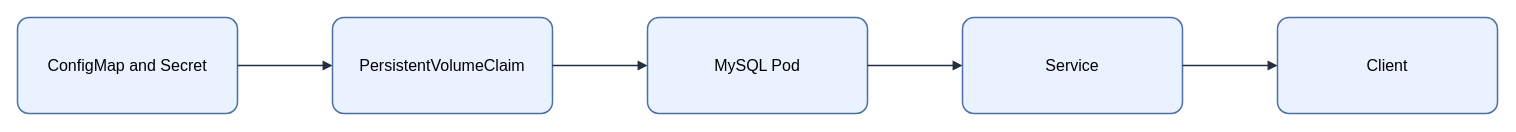
This is assets/img/kubernetes/mysql-kubernetes-deployment.drawio from KKamJi98/kkamji98.github.io, a draw.io file, before an edit. Source tidied: cells renumbered, new cells numbered last; positions are measured from the earlier drawing's top-left corner, leaving out a move shared by most shapes. Both pictures are drawn from the tidied source at 100%, with x=0, y=0 at pixel (17, 17).
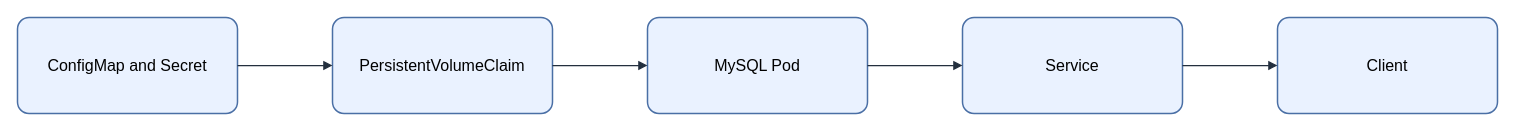
The same page after the edit.

What changed in the source:
```diff
@@
 <mxGraphModel background="#FFFFFF">
   <root>
     <mxCell id="0" />
     <mxCell id="1" parent="0" />
-    <mxCell id="2" value="&lt;font style=&quot;color: rgb(0, 0, 0);&quot;&gt;ConfigMap and Secret&lt;/font&gt;" style="rounded=1;arcSize=12;whiteSpace=wrap;html=1;fillColor=#EAF2FF;strokeColor=#4A6FA5;strokeWidth=1.5;fontColor=#000000;fontSize=16;align=center;verticalAlign=middle;spacing=8;shadow=0;" parent="1" vertex="1">
+    <mxCell id="2" value="ConfigMap and Secret" style="rounded=1;arcSize=12;whiteSpace=wrap;html=0;fillColor=#EAF2FF;strokeColor=#4A6FA5;strokeWidth=1.5;fontColor=#000000;fontSize=16;align=center;verticalAlign=middle;spacing=8;shadow=0;" parent="1" vertex="1">
       <mxGeometry width="220" height="96" as="geometry" />
     </mxCell>
-    <mxCell id="3" value="&lt;font style=&quot;color: rgb(0, 0, 0);&quot;&gt;PersistentVolumeClaim&lt;/font&gt;" style="rounded=1;arcSize=12;whiteSpace=wrap;html=1;fillColor=#EAF2FF;strokeColor=#4A6FA5;strokeWidth=1.5;fontColor=#000000;fontSize=16;align=center;verticalAlign=middle;spacing=8;shadow=0;" parent="1" vertex="1">
+    <mxCell id="3" value="PersistentVolumeClaim" style="rounded=1;arcSize=12;whiteSpace=wrap;html=0;fillColor=#EAF2FF;strokeColor=#4A6FA5;strokeWidth=1.5;fontColor=#000000;fontSize=16;align=center;verticalAlign=middle;spacing=8;shadow=0;" parent="1" vertex="1">
       <mxGeometry x="315" width="220" height="96" as="geometry" />
     </mxCell>
-    <mxCell id="4" value="&lt;font style=&quot;color: rgb(0, 0, 0);&quot;&gt;MySQL Pod&lt;/font&gt;" style="rounded=1;arcSize=12;whiteSpace=wrap;html=1;fillColor=#EAF2FF;strokeColor=#4A6FA5;strokeWidth=1.5;fontColor=#000000;fontSize=16;align=center;verticalAlign=middle;spacing=8;shadow=0;" parent="1" vertex="1">
+    <mxCell id="4" value="MySQL Pod" style="rounded=1;arcSize=12;whiteSpace=wrap;html=0;fillColor=#EAF2FF;strokeColor=#4A6FA5;strokeWidth=1.5;fontColor=#000000;fontSize=16;align=center;verticalAlign=middle;spacing=8;shadow=0;" parent="1" vertex="1">
       <mxGeometry x="630" width="220" height="96" as="geometry" />
     </mxCell>
-    <mxCell id="5" value="&lt;font style=&quot;color: rgb(0, 0, 0);&quot;&gt;Service&lt;/font&gt;" style="rounded=1;arcSize=12;whiteSpace=wrap;html=1;fillColor=#EAF2FF;strokeColor=#4A6FA5;strokeWidth=1.5;fontColor=#000000;fontSize=16;align=center;verticalAlign=middle;spacing=8;shadow=0;" parent="1" vertex="1">
+    <mxCell id="5" value="Service" style="rounded=1;arcSize=12;whiteSpace=wrap;html=0;fillColor=#EAF2FF;strokeColor=#4A6FA5;strokeWidth=1.5;fontColor=#000000;fontSize=16;align=center;verticalAlign=middle;spacing=8;shadow=0;" parent="1" vertex="1">
       <mxGeometry x="945" width="220" height="96" as="geometry" />
     </mxCell>
-    <mxCell id="6" value="&lt;font style=&quot;color: rgb(0, 0, 0);&quot;&gt;Client&lt;/font&gt;" style="rounded=1;arcSize=12;whiteSpace=wrap;html=1;fillColor=#EAF2FF;strokeColor=#4A6FA5;strokeWidth=1.5;fontColor=#000000;fontSize=16;align=center;verticalAlign=middle;spacing=8;shadow=0;" parent="1" vertex="1">
+    <mxCell id="6" value="Client" style="rounded=1;arcSize=12;whiteSpace=wrap;html=0;fillColor=#EAF2FF;strokeColor=#4A6FA5;strokeWidth=1.5;fontColor=#000000;fontSize=16;align=center;verticalAlign=middle;spacing=8;shadow=0;" parent="1" vertex="1">
       <mxGeometry x="1260" width="220" height="96" as="geometry" />
     </mxCell>
-    <mxCell id="7" style="edgeStyle=orthogonalEdgeStyle;rounded=0;jettySize=auto;html=1;endArrow=block;endFill=1;strokeColor=#232F3E;strokeWidth=1.5;fontColor=#000000;labelBackgroundColor=none;exitX=1;exitY=0.5;exitDx=0;exitDy=0;entryX=0;entryY=0.5;entryDx=0;entryDy=0;" parent="1" edge="1" source="2" target="3">
+    <mxCell id="7" style="edgeStyle=orthogonalEdgeStyle;rounded=0;jettySize=auto;html=0;endArrow=block;endFill=1;strokeColor=#232F3E;strokeWidth=1.25;fontColor=#000000;labelBackgroundColor=none;exitX=1;exitY=0.5;exitDx=0;exitDy=0;entryX=0;entryY=0.5;entryDx=0;entryDy=0;" parent="1" edge="1" source="2" target="3">
       <mxGeometry relative="1" as="geometry" />
     </mxCell>
-    <mxCell id="8" style="edgeStyle=orthogonalEdgeStyle;rounded=0;jettySize=auto;html=1;endArrow=block;endFill=1;strokeColor=#232F3E;strokeWidth=1.5;fontColor=#000000;labelBackgroundColor=none;exitX=1;exitY=0.5;exitDx=0;exitDy=0;entryX=0;entryY=0.5;entryDx=0;entryDy=0;" parent="1" edge="1" source="3" target="4">
+    <mxCell id="8" style="edgeStyle=orthogonalEdgeStyle;rounded=0;jettySize=auto;html=0;endArrow=block;endFill=1;strokeColor=#232F3E;strokeWidth=1.25;fontColor=#000000;labelBackgroundColor=none;exitX=1;exitY=0.5;exitDx=0;exitDy=0;entryX=0;entryY=0.5;entryDx=0;entryDy=0;" parent="1" edge="1" source="3" target="4">
       <mxGeometry relative="1" as="geometry" />
     </mxCell>
-    <mxCell id="9" style="edgeStyle=orthogonalEdgeStyle;rounded=0;jettySize=auto;html=1;endArrow=block;endFill=1;strokeColor=#232F3E;strokeWidth=1.5;fontColor=#000000;labelBackgroundColor=none;exitX=1;exitY=0.5;exitDx=0;exitDy=0;entryX=0;entryY=0.5;entryDx=0;entryDy=0;" parent="1" edge="1" source="4" target="5">
+    <mxCell id="9" style="edgeStyle=orthogonalEdgeStyle;rounded=0;jettySize=auto;html=0;endArrow=block;endFill=1;strokeColor=#232F3E;strokeWidth=1.25;fontColor=#000000;labelBackgroundColor=none;exitX=1;exitY=0.5;exitDx=0;exitDy=0;entryX=0;entryY=0.5;entryDx=0;entryDy=0;" parent="1" edge="1" source="4" target="5">
       <mxGeometry relative="1" as="geometry" />
     </mxCell>
-    <mxCell id="10" style="edgeStyle=orthogonalEdgeStyle;rounded=0;jettySize=auto;html=1;endArrow=block;endFill=1;strokeColor=#232F3E;strokeWidth=1.5;fontColor=#000000;labelBackgroundColor=none;exitX=1;exitY=0.5;exitDx=0;exitDy=0;entryX=0;entryY=0.5;entryDx=0;entryDy=0;" parent="1" edge="1" source="5" target="6">
+    <mxCell id="10" style="edgeStyle=orthogonalEdgeStyle;rounded=0;jettySize=auto;html=0;endArrow=block;endFill=1;strokeColor=#232F3E;strokeWidth=1.25;fontColor=#000000;labelBackgroundColor=none;exitX=1;exitY=0.5;exitDx=0;exitDy=0;entryX=0;entryY=0.5;entryDx=0;entryDy=0;" parent="1" edge="1" source="5" target="6">
       <mxGeometry relative="1" as="geometry" />
     </mxCell>
   </root>
 </mxGraphModel>
```
